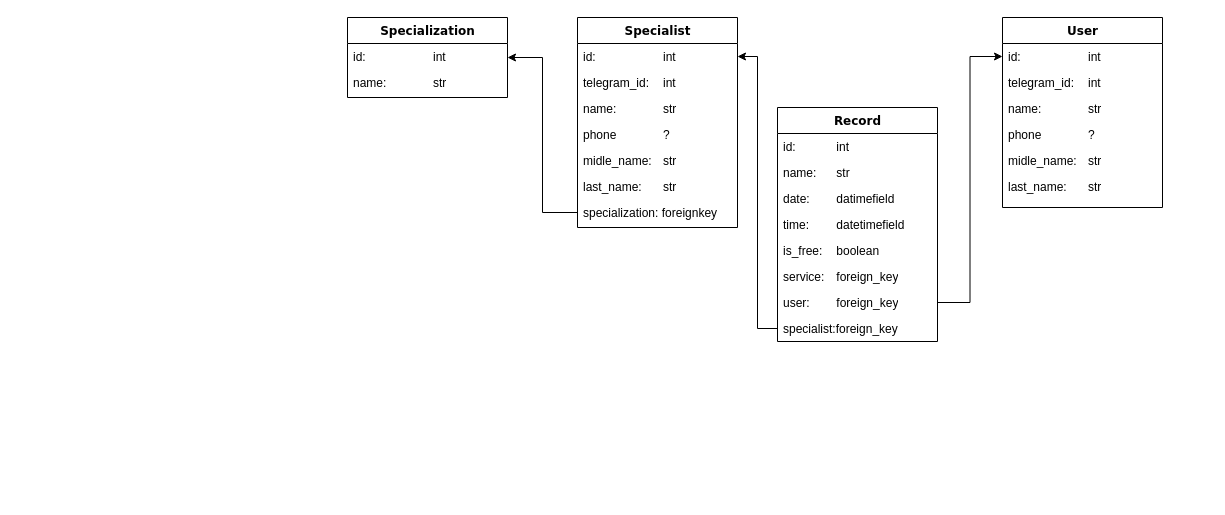
Earlier version of the draw.io diagram Models.drawio (number92/Records). Source tidied: cells renumbered, new cells numbered last; positions are measured from the earlier drawing's top-left corner, leaving out a move shared by most shapes. Both pictures are drawn from the tidied source at 100%, with x=0, y=0 at pixel (347, 17).
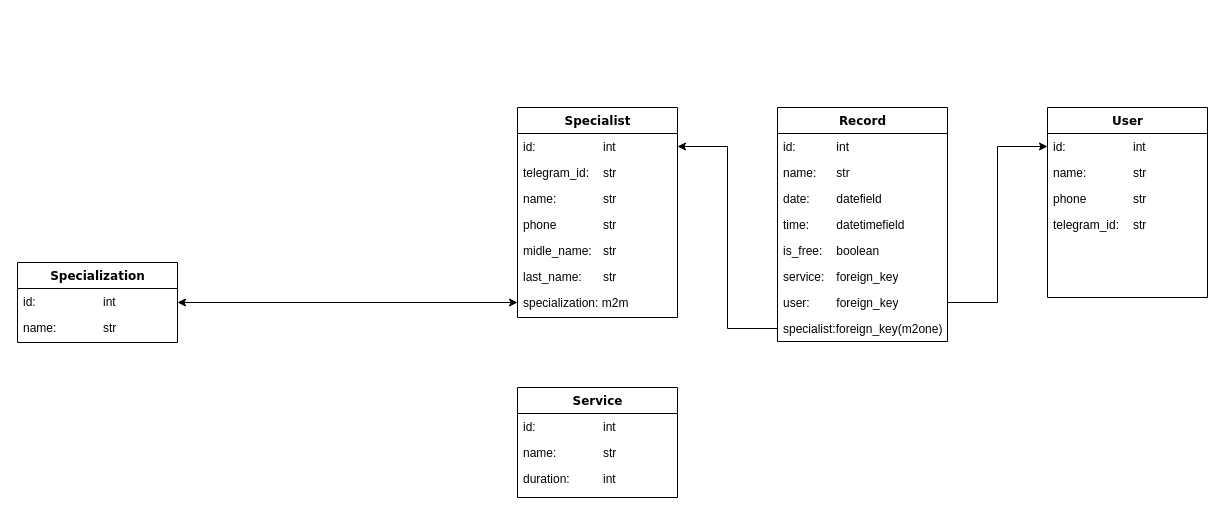
After the change.

Change to the diagram source:
```diff
@@
-    <mxCell id="2" value="Record" style="swimlane;html=1;fontStyle=1;align=center;verticalAlign=top;horizontal=1;startSize=26;swimlaneFillColor=#ffffff;rounded=0;shadow=0;comic=0;labelBackgroundColor=none;strokeWidth=1;fillColor=none;fontFamily=Verdana;fontSize=12;" parent="1" vertex="1">
-      <mxGeometry x="430" y="90" width="160" height="234" as="geometry" />
+    <mxCell id="2" value="Record" style="swimlane;html=1;fontStyle=1;align=center;verticalAlign=top;horizontal=1;startSize=26;swimlaneFillColor=#ffffff;rounded=0;shadow=0;comic=0;labelBackgroundColor=none;strokeWidth=1;fillColor=none;fontFamily=Verdana;fontSize=12;fontColor=#050505;" parent="1" vertex="1">
+      <mxGeometry x="430" y="90" width="170" height="234" as="geometry" />
     </mxCell>
-    <mxCell id="3" value="id:&lt;span style=&quot;white-space: pre;&quot;&gt;&#9;&lt;span style=&quot;white-space: pre;&quot;&gt;&#9;&lt;/span&gt;&lt;/span&gt;int" style="text;html=1;strokeColor=none;fillColor=none;align=left;verticalAlign=top;spacingLeft=4;spacingRight=4;whiteSpace=wrap;overflow=hidden;" parent="2" vertex="1">
-      <mxGeometry y="26" width="160" height="26" as="geometry" />
+    <mxCell id="3" value="id:&lt;span style=&quot;white-space: pre;&quot;&gt;&#9;&lt;span style=&quot;white-space: pre;&quot;&gt;&#9;&lt;/span&gt;&lt;/span&gt;int" style="text;html=1;strokeColor=none;fillColor=none;align=left;verticalAlign=top;spacingLeft=4;spacingRight=4;whiteSpace=wrap;overflow=hidden;fontColor=#050505;" parent="2" vertex="1">
+      <mxGeometry y="26" width="170" height="26" as="geometry" />
     </mxCell>
-    <mxCell id="4" value="name:&lt;span style=&quot;white-space: pre;&quot;&gt;&#9;&lt;/span&gt;str" style="text;html=1;strokeColor=none;fillColor=none;align=left;verticalAlign=top;spacingLeft=4;spacingRight=4;whiteSpace=wrap;overflow=hidden;" parent="2" vertex="1">
-      <mxGeometry y="52" width="160" height="26" as="geometry" />
+    <mxCell id="4" value="name:&lt;span style=&quot;white-space: pre;&quot;&gt;&#9;&lt;/span&gt;str" style="text;html=1;strokeColor=none;fillColor=none;align=left;verticalAlign=top;spacingLeft=4;spacingRight=4;whiteSpace=wrap;overflow=hidden;fontColor=#050505;" parent="2" vertex="1">
+      <mxGeometry y="52" width="170" height="26" as="geometry" />
     </mxCell>
-    <mxCell id="5" value="date:&lt;span style=&quot;white-space: pre;&quot;&gt;&#9;&lt;/span&gt;datimefield" style="text;html=1;strokeColor=none;fillColor=none;align=left;verticalAlign=top;spacingLeft=4;spacingRight=4;whiteSpace=wrap;overflow=hidden;" parent="2" vertex="1">
-      <mxGeometry y="78" width="160" height="26" as="geometry" />
+    <mxCell id="5" value="date:&lt;span style=&quot;white-space: pre;&quot;&gt;&#9;&lt;/span&gt;datefield" style="text;html=1;strokeColor=none;fillColor=none;align=left;verticalAlign=top;spacingLeft=4;spacingRight=4;whiteSpace=wrap;overflow=hidden;fontColor=#050505;" parent="2" vertex="1">
+      <mxGeometry y="78" width="170" height="26" as="geometry" />
     </mxCell>
-    <mxCell id="6" value="time: &lt;span style=&quot;white-space: pre;&quot;&gt;&#9;&lt;/span&gt;datetimefield" style="text;html=1;strokeColor=none;fillColor=none;align=left;verticalAlign=top;spacingLeft=4;spacingRight=4;whiteSpace=wrap;overflow=hidden;" parent="2" vertex="1">
-      <mxGeometry y="104" width="160" height="26" as="geometry" />
+    <mxCell id="6" value="time: &lt;span style=&quot;white-space: pre;&quot;&gt;&#9;&lt;/span&gt;datetimefield" style="text;html=1;strokeColor=none;fillColor=none;align=left;verticalAlign=top;spacingLeft=4;spacingRight=4;whiteSpace=wrap;overflow=hidden;fontColor=#050505;" parent="2" vertex="1">
+      <mxGeometry y="104" width="170" height="26" as="geometry" />
     </mxCell>
-    <mxCell id="7" value="is_free:&lt;span style=&quot;white-space: pre;&quot;&gt;&#9;&lt;/span&gt;boolean" style="text;html=1;strokeColor=none;fillColor=none;align=left;verticalAlign=top;spacingLeft=4;spacingRight=4;whiteSpace=wrap;overflow=hidden;" parent="2" vertex="1">
-      <mxGeometry y="130" width="160" height="26" as="geometry" />
+    <mxCell id="7" value="is_free:&lt;span style=&quot;white-space: pre;&quot;&gt;&#9;&lt;/span&gt;boolean" style="text;html=1;strokeColor=none;fillColor=none;align=left;verticalAlign=top;spacingLeft=4;spacingRight=4;whiteSpace=wrap;overflow=hidden;fontColor=#050505;" parent="2" vertex="1">
+      <mxGeometry y="130" width="170" height="26" as="geometry" />
     </mxCell>
-    <mxCell id="8" value="service:&lt;span style=&quot;white-space: pre;&quot;&gt;&#9;&lt;/span&gt;foreign_key" style="text;html=1;strokeColor=none;fillColor=none;align=left;verticalAlign=top;spacingLeft=4;spacingRight=4;whiteSpace=wrap;overflow=hidden;" parent="2" vertex="1">
-      <mxGeometry y="156" width="160" height="26" as="geometry" />
+    <mxCell id="8" value="service:&lt;span style=&quot;white-space: pre;&quot;&gt;&#9;&lt;/span&gt;foreign_key" style="text;html=1;strokeColor=none;fillColor=none;align=left;verticalAlign=top;spacingLeft=4;spacingRight=4;whiteSpace=wrap;overflow=hidden;fontColor=#050505;" parent="2" vertex="1">
+      <mxGeometry y="156" width="170" height="26" as="geometry" />
     </mxCell>
-    <mxCell id="9" value="user:&lt;span style=&quot;white-space: pre;&quot;&gt;&#9;&lt;/span&gt;foreign_key" style="text;html=1;strokeColor=none;fillColor=none;align=left;verticalAlign=top;spacingLeft=4;spacingRight=4;whiteSpace=wrap;overflow=hidden;points=[[0,0.5],[1,0.5]];portConstraint=eastwest;" parent="2" vertex="1">
-      <mxGeometry y="182" width="160" height="26" as="geometry" />
+    <mxCell id="9" value="user:&lt;span style=&quot;white-space: pre;&quot;&gt;&#9;&lt;/span&gt;foreign_key" style="text;html=1;strokeColor=none;fillColor=none;align=left;verticalAlign=top;spacingLeft=4;spacingRight=4;whiteSpace=wrap;overflow=hidden;points=[[0,0.5],[1,0.5]];portConstraint=eastwest;fontColor=#050505;" parent="2" vertex="1">
+      <mxGeometry y="182" width="170" height="26" as="geometry" />
     </mxCell>
-    <mxCell id="10" value="specialist:foreign_key" style="text;html=1;strokeColor=none;fillColor=none;align=left;verticalAlign=top;spacingLeft=4;spacingRight=4;whiteSpace=wrap;overflow=hidden;points=[[0,0.5],[1,0.5]];portConstraint=eastwest;" parent="2" vertex="1">
-      <mxGeometry y="208" width="160" height="26" as="geometry" />
+    <mxCell id="10" value="specialist:foreign_key(m2one)" style="text;html=1;strokeColor=none;fillColor=none;align=left;verticalAlign=top;spacingLeft=4;spacingRight=4;whiteSpace=wrap;overflow=hidden;points=[[0,0.5],[1,0.5]];portConstraint=eastwest;fontColor=#050505;" parent="2" vertex="1">
+      <mxGeometry y="208" width="170" height="26" as="geometry" />
     </mxCell>
-    <mxCell id="11" value="User" style="swimlane;html=1;fontStyle=1;align=center;verticalAlign=top;horizontal=1;startSize=26;swimlaneFillColor=#ffffff;rounded=0;shadow=0;comic=0;labelBackgroundColor=none;strokeWidth=1;fillColor=none;fontFamily=Verdana;fontSize=12;" parent="1" vertex="1">
-      <mxGeometry x="655" width="160" height="190" as="geometry" />
+    <mxCell id="11" value="User" style="swimlane;html=1;fontStyle=1;align=center;verticalAlign=top;horizontal=1;startSize=26;swimlaneFillColor=#ffffff;rounded=0;shadow=0;comic=0;labelBackgroundColor=none;strokeWidth=1;fillColor=none;fontFamily=Verdana;fontSize=12;fontColor=#000000;" parent="1" vertex="1">
+      <mxGeometry x="700" y="90" width="160" height="190" as="geometry" />
     </mxCell>
-    <mxCell id="12" value="id:&lt;span style=&quot;white-space: pre;&quot;&gt;&#9;&lt;span style=&quot;white-space: pre;&quot;&gt;&#9;&lt;/span&gt;&lt;span style=&quot;white-space: pre;&quot;&gt;&#9;&lt;/span&gt;&lt;/span&gt;int" style="text;html=1;strokeColor=none;fillColor=none;align=left;verticalAlign=top;spacingLeft=4;spacingRight=4;whiteSpace=wrap;overflow=hidden;points=[[0,0.5],[1,0.5]];portConstraint=eastwest;" parent="11" vertex="1">
+    <mxCell id="12" value="id:&lt;span style=&quot;white-space: pre;&quot;&gt;&#9;&lt;span style=&quot;white-space: pre;&quot;&gt;&#9;&lt;/span&gt;&lt;span style=&quot;white-space: pre;&quot;&gt;&#9;&lt;/span&gt;&lt;/span&gt;int" style="text;html=1;strokeColor=none;fillColor=none;align=left;verticalAlign=top;spacingLeft=4;spacingRight=4;whiteSpace=wrap;overflow=hidden;points=[[0,0.5],[1,0.5]];portConstraint=eastwest;fontColor=#000000;" parent="11" vertex="1">
       <mxGeometry y="26" width="160" height="26" as="geometry" />
     </mxCell>
-    <mxCell id="13" value="telegram_id:&lt;span style=&quot;white-space: pre;&quot;&gt;&#9;&lt;/span&gt;int" style="text;html=1;strokeColor=none;fillColor=none;align=left;verticalAlign=top;spacingLeft=4;spacingRight=4;whiteSpace=wrap;overflow=hidden;" parent="11" vertex="1">
-      <mxGeometry y="52" width="160" height="26" as="geometry" />
-    </mxCell>
-    <mxCell id="14" value="name:&lt;span style=&quot;white-space: pre;&quot;&gt;&#9;&lt;span style=&quot;white-space: pre;&quot;&gt;&#9;&lt;/span&gt;&lt;/span&gt;str" style="text;html=1;strokeColor=none;fillColor=none;align=left;verticalAlign=top;spacingLeft=4;spacingRight=4;whiteSpace=wrap;overflow=hidden;" parent="11" vertex="1">
-      <mxGeometry y="78" width="160" height="26" as="geometry" />
+    <mxCell id="14" value="name:&lt;span style=&quot;white-space: pre;&quot;&gt;&#9;&lt;span style=&quot;white-space: pre;&quot;&gt;&#9;&lt;/span&gt;&lt;/span&gt;str" style="text;html=1;strokeColor=none;fillColor=none;align=left;verticalAlign=top;spacingLeft=4;spacingRight=4;whiteSpace=wrap;overflow=hidden;fontColor=#000000;" parent="11" vertex="1">
+      <mxGeometry y="52" width="160" height="26" as="geometry" />
     </mxCell>
-    <mxCell id="15" value="phone &lt;span style=&quot;white-space: pre;&quot;&gt;&#9;&lt;/span&gt;&lt;span style=&quot;white-space: pre;&quot;&gt;&#9;&lt;/span&gt;?" style="text;html=1;strokeColor=none;fillColor=none;align=left;verticalAlign=top;spacingLeft=4;spacingRight=4;whiteSpace=wrap;overflow=hidden;" parent="11" vertex="1">
-      <mxGeometry y="104" width="160" height="26" as="geometry" />
+    <mxCell id="15" value="phone &lt;span style=&quot;white-space: pre;&quot;&gt;&#9;&lt;/span&gt;&lt;span style=&quot;white-space: pre;&quot;&gt;&#9;&lt;/span&gt;str" style="text;html=1;strokeColor=none;fillColor=none;align=left;verticalAlign=top;spacingLeft=4;spacingRight=4;whiteSpace=wrap;overflow=hidden;fontColor=#000000;" parent="11" vertex="1">
+      <mxGeometry y="78" width="160" height="26" as="geometry" />
     </mxCell>
-    <mxCell id="16" value="midle_name:&lt;span style=&quot;white-space: pre;&quot;&gt;&#9;&lt;/span&gt;str" style="text;html=1;strokeColor=none;fillColor=none;align=left;verticalAlign=top;spacingLeft=4;spacingRight=4;whiteSpace=wrap;overflow=hidden;" parent="11" vertex="1">
-      <mxGeometry y="130" width="160" height="26" as="geometry" />
-    </mxCell>
-    <mxCell id="17" value="last_name:&lt;span style=&quot;white-space: pre;&quot;&gt;&#9;&lt;/span&gt;str" style="text;html=1;strokeColor=none;fillColor=none;align=left;verticalAlign=top;spacingLeft=4;spacingRight=4;whiteSpace=wrap;overflow=hidden;" parent="11" vertex="1">
-      <mxGeometry y="156" width="160" height="26" as="geometry" />
-    </mxCell>
+    <mxCell id="13" value="telegram_id:&lt;span style=&quot;white-space: pre;&quot;&gt;&#9;&lt;/span&gt;str" style="text;html=1;strokeColor=none;fillColor=none;align=left;verticalAlign=top;spacingLeft=4;spacingRight=4;whiteSpace=wrap;overflow=hidden;fontColor=#000000;" parent="11" vertex="1">
+      <mxGeometry y="104" width="160" height="26" as="geometry" />
+    </mxCell>
-    <mxCell id="18" style="edgeStyle=orthogonalEdgeStyle;rounded=0;jettySize=auto;html=1;entryX=0;entryY=0.5;entryDx=0;entryDy=0;" parent="1" edge="1" source="9" target="12">
+    <mxCell id="18" style="edgeStyle=orthogonalEdgeStyle;rounded=0;jettySize=auto;html=1;entryX=0;entryY=0.5;entryDx=0;entryDy=0;fontColor=#050505;" parent="1" edge="1" source="9" target="12">
       <mxGeometry relative="1" as="geometry" />
     </mxCell>
     <mxCell id="19" value="Specialist" style="swimlane;html=1;fontStyle=1;align=center;verticalAlign=top;horizontal=1;startSize=26;swimlaneFillColor=#ffffff;rounded=0;shadow=0;comic=0;labelBackgroundColor=none;strokeWidth=1;fillColor=none;fontFamily=Verdana;fontSize=12;" parent="1" vertex="1">
-      <mxGeometry x="230" width="160" height="210" as="geometry" />
+      <mxGeometry x="170" y="90" width="160" height="210" as="geometry" />
     </mxCell>
-    <mxCell id="20" value="id:&lt;span style=&quot;white-space: pre;&quot;&gt;&#9;&lt;span style=&quot;white-space: pre;&quot;&gt;&#9;&lt;/span&gt;&lt;span style=&quot;white-space: pre;&quot;&gt;&#9;&lt;/span&gt;&lt;/span&gt;int" style="text;html=1;strokeColor=none;fillColor=none;align=left;verticalAlign=top;spacingLeft=4;spacingRight=4;whiteSpace=wrap;overflow=hidden;points=[[0,0.5],[1,0.5]];portConstraint=eastwest;" parent="19" vertex="1">
+    <mxCell id="20" value="id:&lt;span style=&quot;white-space: pre;&quot;&gt;&#9;&lt;span style=&quot;white-space: pre;&quot;&gt;&#9;&lt;/span&gt;&lt;span style=&quot;white-space: pre;&quot;&gt;&#9;&lt;/span&gt;&lt;/span&gt;int" style="text;html=1;strokeColor=none;fillColor=none;align=left;verticalAlign=top;spacingLeft=4;spacingRight=4;whiteSpace=wrap;overflow=hidden;points=[[0,0.5],[1,0.5]];portConstraint=eastwest;fontColor=#050505;" parent="19" vertex="1">
       <mxGeometry y="26" width="160" height="26" as="geometry" />
     </mxCell>
-    <mxCell id="21" value="telegram_id:&lt;span style=&quot;white-space: pre;&quot;&gt;&#9;&lt;/span&gt;int" style="text;html=1;strokeColor=none;fillColor=none;align=left;verticalAlign=top;spacingLeft=4;spacingRight=4;whiteSpace=wrap;overflow=hidden;" parent="19" vertex="1">
+    <mxCell id="21" value="telegram_id:&lt;span style=&quot;white-space: pre;&quot;&gt;&#9;&lt;/span&gt;str" style="text;html=1;strokeColor=none;fillColor=none;align=left;verticalAlign=top;spacingLeft=4;spacingRight=4;whiteSpace=wrap;overflow=hidden;fontColor=#050505;" parent="19" vertex="1">
       <mxGeometry y="52" width="160" height="26" as="geometry" />
     </mxCell>
-    <mxCell id="22" value="name:&lt;span style=&quot;white-space: pre;&quot;&gt;&#9;&lt;span style=&quot;white-space: pre;&quot;&gt;&#9;&lt;/span&gt;&lt;/span&gt;str" style="text;html=1;strokeColor=none;fillColor=none;align=left;verticalAlign=top;spacingLeft=4;spacingRight=4;whiteSpace=wrap;overflow=hidden;" parent="19" vertex="1">
+    <mxCell id="22" value="name:&lt;span style=&quot;white-space: pre;&quot;&gt;&#9;&lt;span style=&quot;white-space: pre;&quot;&gt;&#9;&lt;/span&gt;&lt;/span&gt;str" style="text;html=1;strokeColor=none;fillColor=none;align=left;verticalAlign=top;spacingLeft=4;spacingRight=4;whiteSpace=wrap;overflow=hidden;fontColor=#050505;" parent="19" vertex="1">
       <mxGeometry y="78" width="160" height="26" as="geometry" />
     </mxCell>
-    <mxCell id="23" value="phone &lt;span style=&quot;white-space: pre;&quot;&gt;&#9;&lt;/span&gt;&lt;span style=&quot;white-space: pre;&quot;&gt;&#9;&lt;/span&gt;?" style="text;html=1;strokeColor=none;fillColor=none;align=left;verticalAlign=top;spacingLeft=4;spacingRight=4;whiteSpace=wrap;overflow=hidden;" parent="19" vertex="1">
+    <mxCell id="23" value="phone &lt;span style=&quot;white-space: pre;&quot;&gt;&#9;&lt;/span&gt;&lt;span style=&quot;white-space: pre;&quot;&gt;&#9;&lt;/span&gt;str" style="text;html=1;strokeColor=none;fillColor=none;align=left;verticalAlign=top;spacingLeft=4;spacingRight=4;whiteSpace=wrap;overflow=hidden;fontColor=#050505;" parent="19" vertex="1">
       <mxGeometry y="104" width="160" height="26" as="geometry" />
     </mxCell>
-    <mxCell id="24" value="midle_name:&lt;span style=&quot;white-space: pre;&quot;&gt;&#9;&lt;/span&gt;str" style="text;html=1;strokeColor=none;fillColor=none;align=left;verticalAlign=top;spacingLeft=4;spacingRight=4;whiteSpace=wrap;overflow=hidden;" parent="19" vertex="1">
+    <mxCell id="24" value="midle_name:&lt;span style=&quot;white-space: pre;&quot;&gt;&#9;&lt;/span&gt;str" style="text;html=1;strokeColor=none;fillColor=none;align=left;verticalAlign=top;spacingLeft=4;spacingRight=4;whiteSpace=wrap;overflow=hidden;fontColor=#050505;" parent="19" vertex="1">
       <mxGeometry y="130" width="160" height="26" as="geometry" />
     </mxCell>
-    <mxCell id="25" value="last_name:&lt;span style=&quot;white-space: pre;&quot;&gt;&#9;&lt;/span&gt;str" style="text;html=1;strokeColor=none;fillColor=none;align=left;verticalAlign=top;spacingLeft=4;spacingRight=4;whiteSpace=wrap;overflow=hidden;" parent="19" vertex="1">
+    <mxCell id="25" value="last_name:&lt;span style=&quot;white-space: pre;&quot;&gt;&#9;&lt;/span&gt;str" style="text;html=1;strokeColor=none;fillColor=none;align=left;verticalAlign=top;spacingLeft=4;spacingRight=4;whiteSpace=wrap;overflow=hidden;fontColor=#050505;" parent="19" vertex="1">
       <mxGeometry y="156" width="160" height="26" as="geometry" />
     </mxCell>
-    <mxCell id="26" value="specialization: foreignkey" style="text;html=1;strokeColor=none;fillColor=none;align=left;verticalAlign=top;spacingLeft=4;spacingRight=4;whiteSpace=wrap;overflow=hidden;points=[[0,0.5],[1,0.5]];portConstraint=eastwest;" parent="19" vertex="1">
+    <mxCell id="26" value="specialization: m2m" style="text;html=1;strokeColor=none;fillColor=none;align=left;verticalAlign=top;spacingLeft=4;spacingRight=4;whiteSpace=wrap;overflow=hidden;points=[[0,0.5],[1,0.5]];portConstraint=eastwest;fontColor=#050505;" parent="19" vertex="1">
       <mxGeometry y="182" width="160" height="26" as="geometry" />
     </mxCell>
-    <mxCell id="27" style="edgeStyle=orthogonalEdgeStyle;rounded=0;jettySize=auto;html=1;entryX=1;entryY=0.5;entryDx=0;entryDy=0;" parent="1" edge="1" source="10" target="20">
+    <mxCell id="27" style="edgeStyle=orthogonalEdgeStyle;rounded=0;jettySize=auto;html=1;entryX=1;entryY=0.5;entryDx=0;entryDy=0;fontColor=#050505;" parent="1" edge="1" source="10" target="20">
       <mxGeometry relative="1" as="geometry" />
     </mxCell>
     <mxCell id="28" value="Specialization" style="swimlane;html=1;fontStyle=1;align=center;verticalAlign=top;horizontal=1;startSize=26;swimlaneFillColor=#ffffff;rounded=0;shadow=0;comic=0;labelBackgroundColor=none;strokeWidth=1;fillColor=none;fontFamily=Verdana;fontSize=12;" parent="1" vertex="1">
-      <mxGeometry width="160" height="80" as="geometry" />
+      <mxGeometry x="-330" y="245" width="160" height="80" as="geometry" />
     </mxCell>
-    <mxCell id="29" value="id:&lt;span style=&quot;white-space: pre;&quot;&gt;&#9;&lt;span style=&quot;white-space: pre;&quot;&gt;&#9;&lt;/span&gt;&lt;span style=&quot;white-space: pre;&quot;&gt;&#9;&lt;/span&gt;&lt;/span&gt;int" style="text;html=1;strokeColor=none;fillColor=none;align=left;verticalAlign=top;spacingLeft=4;spacingRight=4;whiteSpace=wrap;overflow=hidden;" parent="28" vertex="1">
+    <mxCell id="29" value="id:&lt;span style=&quot;white-space: pre;&quot;&gt;&#9;&lt;span style=&quot;white-space: pre;&quot;&gt;&#9;&lt;/span&gt;&lt;span style=&quot;white-space: pre;&quot;&gt;&#9;&lt;/span&gt;&lt;/span&gt;int" style="text;html=1;strokeColor=none;fillColor=none;align=left;verticalAlign=top;spacingLeft=4;spacingRight=4;whiteSpace=wrap;overflow=hidden;fontColor=#050505;" parent="28" vertex="1">
       <mxGeometry y="26" width="160" height="26" as="geometry" />
     </mxCell>
-    <mxCell id="30" value="name:&lt;span style=&quot;white-space: pre;&quot;&gt;&#9;&lt;span style=&quot;white-space: pre;&quot;&gt;&#9;&lt;/span&gt;&lt;/span&gt;str" style="text;html=1;strokeColor=none;fillColor=none;align=left;verticalAlign=top;spacingLeft=4;spacingRight=4;whiteSpace=wrap;overflow=hidden;" parent="28" vertex="1">
+    <mxCell id="30" value="name:&lt;span style=&quot;white-space: pre;&quot;&gt;&#9;&lt;span style=&quot;white-space: pre;&quot;&gt;&#9;&lt;/span&gt;&lt;/span&gt;str" style="text;html=1;strokeColor=none;fillColor=none;align=left;verticalAlign=top;spacingLeft=4;spacingRight=4;whiteSpace=wrap;overflow=hidden;fontColor=#050505;" parent="28" vertex="1">
       <mxGeometry y="52" width="160" height="26" as="geometry" />
     </mxCell>
-    <mxCell id="31" style="edgeStyle=orthogonalEdgeStyle;rounded=0;jettySize=auto;html=1;entryX=1;entryY=0.5;entryDx=0;entryDy=0;" parent="1" edge="1" source="26" target="28">
+    <mxCell id="31" style="edgeStyle=orthogonalEdgeStyle;rounded=0;jettySize=auto;html=1;entryX=1;entryY=0.5;entryDx=0;entryDy=0;fontColor=#050505;startArrow=classic;startFill=1;" parent="1" edge="1" source="26" target="28">
       <mxGeometry relative="1" as="geometry" />
     </mxCell>
+    <mxCell id="32" value="Service" style="swimlane;html=1;fontStyle=1;align=center;verticalAlign=top;horizontal=1;startSize=26;swimlaneFillColor=#ffffff;rounded=0;shadow=0;comic=0;labelBackgroundColor=none;strokeWidth=1;fillColor=none;fontFamily=Verdana;fontSize=12;" parent="1" vertex="1">
+      <mxGeometry x="170" y="370" width="160" height="110" as="geometry" />
+    </mxCell>
+    <mxCell id="33" value="id:&lt;span style=&quot;white-space: pre;&quot;&gt;&#9;&lt;span style=&quot;white-space: pre;&quot;&gt;&#9;&lt;/span&gt;&lt;span style=&quot;white-space: pre;&quot;&gt;&#9;&lt;/span&gt;&lt;/span&gt;int" style="text;html=1;strokeColor=none;fillColor=none;align=left;verticalAlign=top;spacingLeft=4;spacingRight=4;whiteSpace=wrap;overflow=hidden;fontColor=#050505;" parent="32" vertex="1">
+      <mxGeometry y="26" width="160" height="26" as="geometry" />
+    </mxCell>
+    <mxCell id="34" value="name:&lt;span style=&quot;white-space: pre;&quot;&gt;&#9;&lt;span style=&quot;white-space: pre;&quot;&gt;&#9;&lt;/span&gt;&lt;/span&gt;str" style="text;html=1;strokeColor=none;fillColor=none;align=left;verticalAlign=top;spacingLeft=4;spacingRight=4;whiteSpace=wrap;overflow=hidden;fontColor=#050505;" parent="32" vertex="1">
+      <mxGeometry y="52" width="160" height="26" as="geometry" />
+    </mxCell>
+    <mxCell id="35" value="duration:&lt;span style=&quot;white-space: pre;&quot;&gt;&#9;&lt;span style=&quot;white-space: pre;&quot;&gt;&#9;&lt;/span&gt;&lt;/span&gt;int" style="text;html=1;strokeColor=none;fillColor=none;align=left;verticalAlign=top;spacingLeft=4;spacingRight=4;whiteSpace=wrap;overflow=hidden;fontColor=#050505;" parent="32" vertex="1">
+      <mxGeometry y="78" width="160" height="26" as="geometry" />
+    </mxCell>
```
